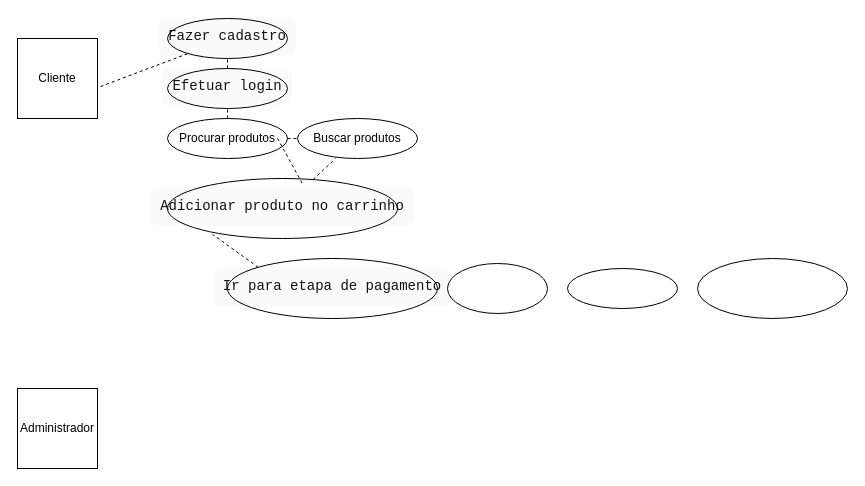
Before: Diagrama sem nome.drawio in rafaelunic/analiseeprojetodesistemas, a draw.io diagram. Source tidied: cells renumbered, new cells numbered last; positions are measured from the earlier drawing's top-left corner, leaving out a move shared by most shapes. Both pictures are drawn from the tidied source at 100%, with x=0, y=0 at pixel (17, 18).
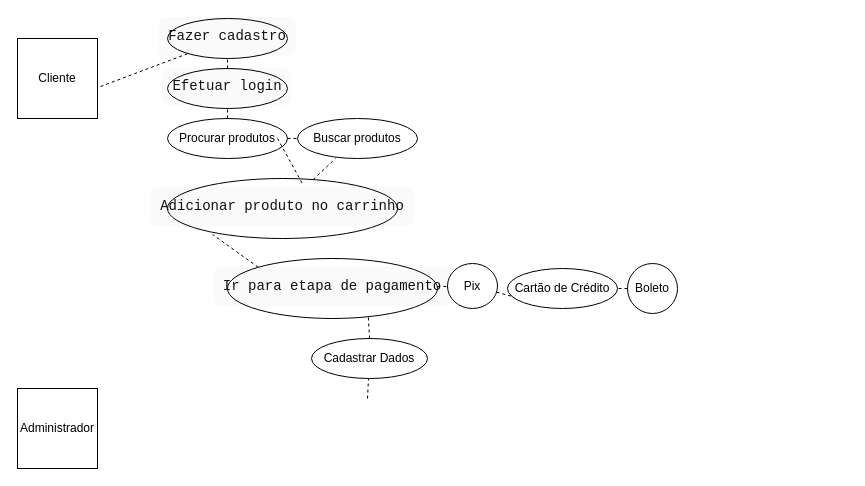
After the change.

Unchanged cells that the change refers to:
```xml
<mxCell id="16" value="&lt;pre style=&quot;margin-top: 0px; margin-bottom: 4px; background: rgba(0, 0, 0, 0.02); border-radius: 8px; padding: 10px; box-sizing: border-box; border: 1px solid var(--cib-color-neutral-stroke); color: rgb(17, 17, 17); font-size: 16px; text-align: start;&quot;&gt;&lt;code style=&quot;font-size: 14px;&quot; class=&quot;language-uml&quot;&gt;Ir para etapa de pagamento&lt;/code&gt;&lt;/pre&gt;" style="ellipse;whiteSpace=wrap;html=1;" parent="1" vertex="1">
  <mxGeometry x="210" y="240" width="210" height="60" as="geometry" />
</mxCell>
```

The edit, as a diff of the source:
```diff
@@
-    <mxCell id="17" style="ellipse;whiteSpace=wrap;html=1;" parent="1" vertex="1">
-      <mxGeometry x="430" y="245" width="100" height="50" as="geometry" />
+    <mxCell id="17" value="Pix" style="ellipse;whiteSpace=wrap;html=1;" parent="1" vertex="1">
+      <mxGeometry x="430" y="245" width="50" height="45" as="geometry" />
     </mxCell>
-    <mxCell id="18" style="ellipse;whiteSpace=wrap;html=1;" parent="1" vertex="1">
-      <mxGeometry x="550" y="250" width="110" height="40" as="geometry" />
+    <mxCell id="18" value="Cartão de Crédito" style="ellipse;whiteSpace=wrap;html=1;" parent="1" vertex="1">
+      <mxGeometry x="490" y="250" width="110" height="40" as="geometry" />
     </mxCell>
-    <mxCell id="19" style="ellipse;whiteSpace=wrap;html=1;" parent="1" vertex="1">
-      <mxGeometry x="680" y="240" width="150" height="60" as="geometry" />
+    <mxCell id="19" value="Boleto" style="ellipse;whiteSpace=wrap;html=1;" parent="1" vertex="1">
+      <mxGeometry x="610" y="245" width="50" height="50" as="geometry" />
     </mxCell>
+    <mxCell id="20" style="endArrow=none;dashed=1;html=1;rounded=0;" parent="1" edge="1" source="16" target="17">
+      <mxGeometry relative="1" as="geometry" />
+    </mxCell>
+    <mxCell id="21" style="endArrow=none;dashed=1;html=1;rounded=0;entryX=0.045;entryY=0.7;entryDx=0;entryDy=0;entryPerimeter=0;" parent="1" edge="1" source="17" target="18">
+      <mxGeometry relative="1" as="geometry" />
+    </mxCell>
+    <mxCell id="22" style="endArrow=none;dashed=1;html=1;rounded=0;" parent="1" edge="1" source="19" target="18">
+      <mxGeometry relative="1" as="geometry" />
+    </mxCell>
+    <mxCell id="23" style="endArrow=none;dashed=1;html=1;rounded=0;entryX=0.671;entryY=0.983;entryDx=0;entryDy=0;entryPerimeter=0;exitX=0.5;exitY=0;exitDx=0;exitDy=0;" parent="1" edge="1" source="24" target="16">
+      <mxGeometry relative="1" as="geometry" />
+    </mxCell>
+    <mxCell id="24" value="Cadastrar Dados" style="ellipse;whiteSpace=wrap;html=1;" parent="1" vertex="1">
+      <mxGeometry x="294" y="320" width="116" height="40" as="geometry" />
+    </mxCell>
+    <mxCell id="25" style="endArrow=none;dashed=1;html=1;rounded=0;" parent="1" edge="1" target="24">
+      <mxGeometry relative="1" as="geometry">
+        <mxPoint x="350" y="380" as="sourcePoint" />
+      </mxGeometry>
+    </mxCell>
```
